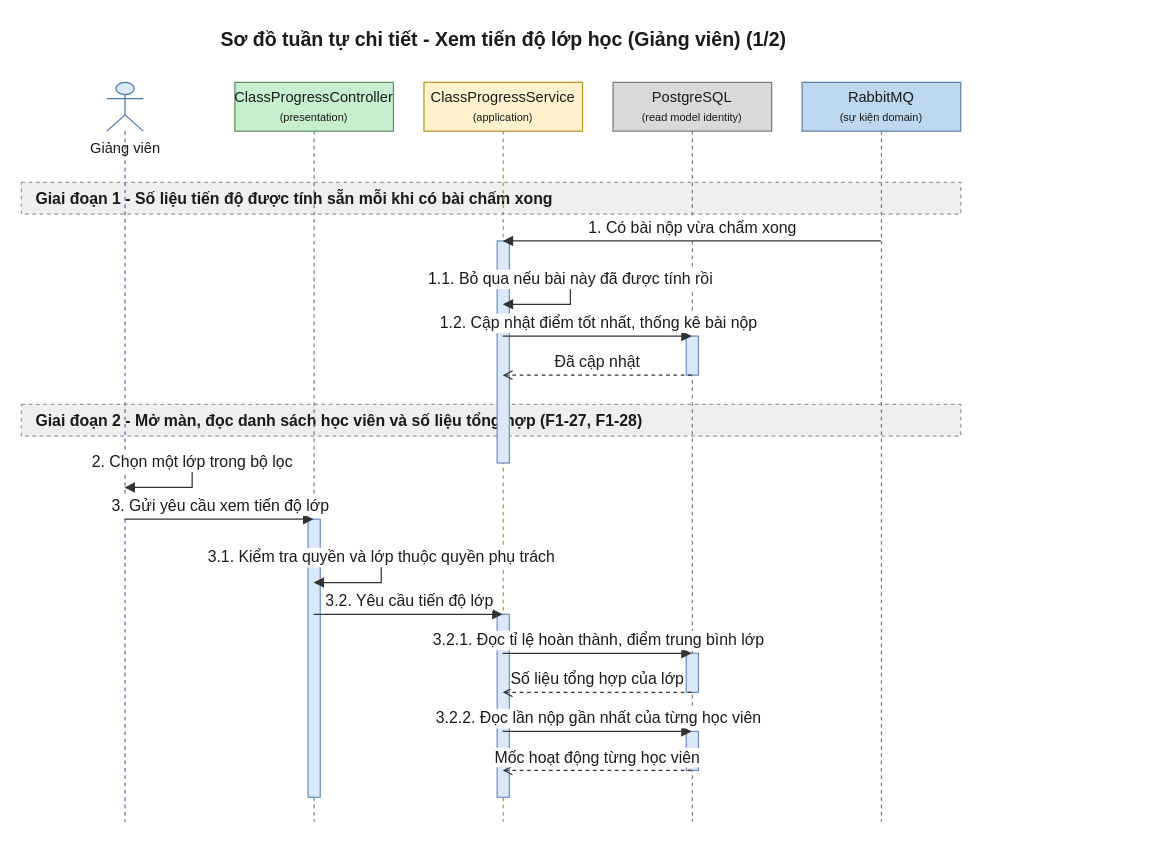
Earlier version of the draw.io diagram 08-diagram/sequence/gv/sequence_gv_xem_tien_do_lop_p1.drawio (daiphu1801/PRJ_ALGOPREP). Source tidied: cells renumbered, new cells numbered last; positions are measured from the earlier drawing's top-left corner, leaving out a move shared by most shapes. Both pictures are drawn from the tidied source at 122%, with x=0, y=0 at pixel (21, 21).
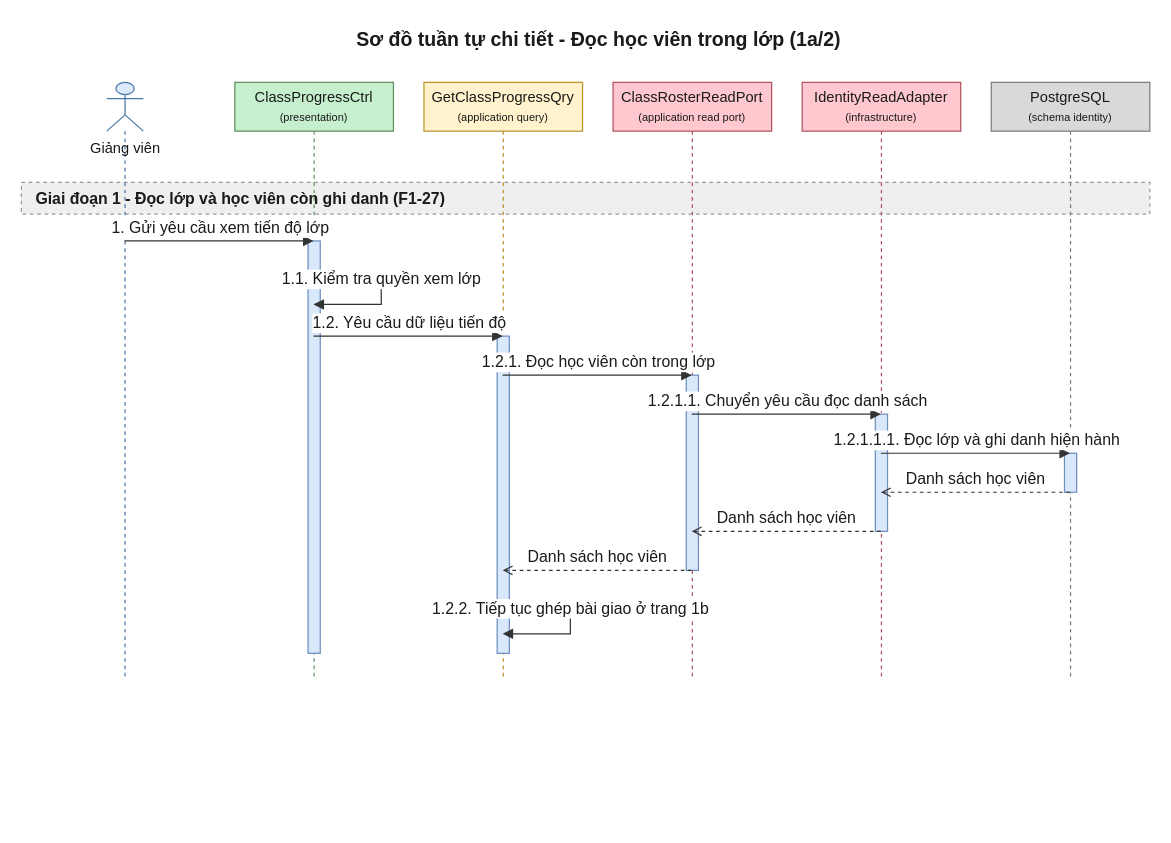
The same diagram, later.

Diff of the diagram source:
```diff
@@
-    <mxCell id="2" value="Sơ đồ tuần tự chi tiết - Xem tiến độ lớp học (Giảng viên) (1/2)" style="text;html=1;fontSize=16;fontStyle=1;align=center;verticalAlign=middle;fontColor=#1A1A1A;" parent="1" vertex="1">
-      <mxGeometry x="20" width="750" height="30" as="geometry" />
+    <mxCell id="2" value="Sơ đồ tuần tự chi tiết - Đọc học viên trong lớp (1a/2)" style="text;html=1;fontSize=16;fontStyle=1;align=center;verticalAlign=middle;fontColor=#1A1A1A;" parent="1" vertex="1">
+      <mxGeometry x="20" width="905" height="30" as="geometry" />
     </mxCell>
-    <mxCell id="3" value="Giai đoạn 1 - Số liệu tiến độ được tính sẵn mỗi khi có bài chấm xong" style="algoprep=phase;rounded=0;whiteSpace=wrap;html=1;fillColor=#EFEFEF;strokeColor=#999999;dashed=1;align=left;verticalAlign=middle;spacingLeft=10;fontColor=#1A1A1A;fontSize=13;fontStyle=1;" parent="1" vertex="1">
-      <mxGeometry y="132" width="770" height="26" as="geometry" />
+    <mxCell id="3" value="Giai đoạn 1 - Đọc lớp và học viên còn ghi danh (F1-27)" style="algoprep=phase;rounded=0;whiteSpace=wrap;html=1;fillColor=#EFEFEF;strokeColor=#999999;dashed=1;align=left;verticalAlign=middle;spacingLeft=10;fontColor=#1A1A1A;fontSize=13;fontStyle=1;" parent="1" vertex="1">
+      <mxGeometry y="132" width="925" height="26" as="geometry" />
     </mxCell>
-    <mxCell id="4" value="Giai đoạn 2 - Mở màn, đọc danh sách học viên và số liệu tổng hợp (F1-27, F1-28)" style="algoprep=phase;rounded=0;whiteSpace=wrap;html=1;fillColor=#EFEFEF;strokeColor=#999999;dashed=1;align=left;verticalAlign=middle;spacingLeft=10;fontColor=#1A1A1A;fontSize=13;fontStyle=1;" parent="1" vertex="1">
-      <mxGeometry y="314" width="770" height="26" as="geometry" />
+    <mxCell id="4" value="Giảng viên" style="shape=umlLifeline;participant=umlActor;perimeter=lifelinePerimeter;html=1;outlineConnect=0;size=40;verticalAlign=top;spacingTop=40;fillColor=#DCEBFC;strokeColor=#4A76A8;fontColor=#1A1A1A;" parent="1" vertex="1">
+      <mxGeometry x="70" y="50" width="30" height="488" as="geometry" />
     </mxCell>
-    <mxCell id="5" value="Giảng viên" style="shape=umlLifeline;participant=umlActor;perimeter=lifelinePerimeter;html=1;outlineConnect=0;size=40;verticalAlign=top;spacingTop=40;fillColor=#DCEBFC;strokeColor=#4A76A8;fontColor=#1A1A1A;" parent="1" vertex="1">
-      <mxGeometry x="70" y="50" width="30" height="606" as="geometry" />
+    <mxCell id="5" value="ClassProgressCtrl&lt;br&gt;&lt;font style=&quot;font-size:9px&quot;&gt;(presentation)&lt;/font&gt;" style="shape=umlLifeline;perimeter=lifelinePerimeter;whiteSpace=wrap;html=1;outlineConnect=0;size=40;fillColor=#C6EFCE;strokeColor=#5E8E5E;fontColor=#1A1A1A;" parent="1" vertex="1">
+      <mxGeometry x="175" y="50" width="130" height="488" as="geometry" />
     </mxCell>
-    <mxCell id="6" value="ClassProgressController&lt;br&gt;&lt;font style=&quot;font-size:9px&quot;&gt;(presentation)&lt;/font&gt;" style="shape=umlLifeline;perimeter=lifelinePerimeter;whiteSpace=wrap;html=1;outlineConnect=0;size=40;fillColor=#C6EFCE;strokeColor=#5E8E5E;fontColor=#1A1A1A;" parent="1" vertex="1">
-      <mxGeometry x="175" y="50" width="130" height="606" as="geometry" />
+    <mxCell id="6" value="GetClassProgressQry&lt;br&gt;&lt;font style=&quot;font-size:9px&quot;&gt;(application query)&lt;/font&gt;" style="shape=umlLifeline;perimeter=lifelinePerimeter;whiteSpace=wrap;html=1;outlineConnect=0;size=40;fillColor=#FFF2CC;strokeColor=#B8952A;fontColor=#1A1A1A;" parent="1" vertex="1">
+      <mxGeometry x="330" y="50" width="130" height="488" as="geometry" />
     </mxCell>
-    <mxCell id="7" value="ClassProgressService&lt;br&gt;&lt;font style=&quot;font-size:9px&quot;&gt;(application)&lt;/font&gt;" style="shape=umlLifeline;perimeter=lifelinePerimeter;whiteSpace=wrap;html=1;outlineConnect=0;size=40;fillColor=#FFF2CC;strokeColor=#B8952A;fontColor=#1A1A1A;" parent="1" vertex="1">
-      <mxGeometry x="330" y="50" width="130" height="606" as="geometry" />
+    <mxCell id="7" value="ClassRosterReadPort&lt;br&gt;&lt;font style=&quot;font-size:9px&quot;&gt;(application read port)&lt;/font&gt;" style="shape=umlLifeline;perimeter=lifelinePerimeter;whiteSpace=wrap;html=1;outlineConnect=0;size=40;fillColor=#FFC7CE;strokeColor=#B0525E;fontColor=#1A1A1A;" parent="1" vertex="1">
+      <mxGeometry x="485" y="50" width="130" height="488" as="geometry" />
     </mxCell>
-    <mxCell id="8" value="PostgreSQL&lt;br&gt;&lt;font style=&quot;font-size:9px&quot;&gt;(read model identity)&lt;/font&gt;" style="shape=umlLifeline;perimeter=lifelinePerimeter;whiteSpace=wrap;html=1;outlineConnect=0;size=40;fillColor=#D9D9D9;strokeColor=#7A7A7A;fontColor=#1A1A1A;" parent="1" vertex="1">
-      <mxGeometry x="485" y="50" width="130" height="606" as="geometry" />
+    <mxCell id="8" value="IdentityReadAdapter&lt;br&gt;&lt;font style=&quot;font-size:9px&quot;&gt;(infrastructure)&lt;/font&gt;" style="shape=umlLifeline;perimeter=lifelinePerimeter;whiteSpace=wrap;html=1;outlineConnect=0;size=40;fillColor=#FFC7CE;strokeColor=#B0525E;fontColor=#1A1A1A;" parent="1" vertex="1">
+      <mxGeometry x="640" y="50" width="130" height="488" as="geometry" />
     </mxCell>
-    <mxCell id="9" value="RabbitMQ&lt;br&gt;&lt;font style=&quot;font-size:9px&quot;&gt;(sự kiện domain)&lt;/font&gt;" style="shape=umlLifeline;perimeter=lifelinePerimeter;whiteSpace=wrap;html=1;outlineConnect=0;size=40;fillColor=#BDD7EE;strokeColor=#5A7FA6;fontColor=#1A1A1A;" parent="1" vertex="1">
-      <mxGeometry x="640" y="50" width="130" height="606" as="geometry" />
+    <mxCell id="9" value="PostgreSQL&lt;br&gt;&lt;font style=&quot;font-size:9px&quot;&gt;(schema identity)&lt;/font&gt;" style="shape=umlLifeline;perimeter=lifelinePerimeter;whiteSpace=wrap;html=1;outlineConnect=0;size=40;fillColor=#D9D9D9;strokeColor=#7A7A7A;fontColor=#1A1A1A;" parent="1" vertex="1">
+      <mxGeometry x="795" y="50" width="130" height="488" as="geometry" />
     </mxCell>
-    <mxCell id="10" style="html=1;perimeter=orthogonalPerimeter;targetShapes=umlLifeline;fillColor=#DAE8FC;strokeColor=#6C8EBF;" parent="8" vertex="1">
-      <mxGeometry x="60" y="208" width="10" height="32" as="geometry" />
+    <mxCell id="10" style="html=1;perimeter=orthogonalPerimeter;targetShapes=umlLifeline;fillColor=#DAE8FC;strokeColor=#6C8EBF;" parent="9" vertex="1">
+      <mxGeometry x="60" y="304" width="10" height="32" as="geometry" />
     </mxCell>
-    <mxCell id="11" style="html=1;perimeter=orthogonalPerimeter;targetShapes=umlLifeline;fillColor=#DAE8FC;strokeColor=#6C8EBF;" parent="7" vertex="1">
-      <mxGeometry x="60" y="130" width="10" height="182" as="geometry" />
+    <mxCell id="11" style="html=1;perimeter=orthogonalPerimeter;targetShapes=umlLifeline;fillColor=#DAE8FC;strokeColor=#6C8EBF;" parent="8" vertex="1">
+      <mxGeometry x="60" y="272" width="10" height="96" as="geometry" />
     </mxCell>
-    <mxCell id="12" style="html=1;perimeter=orthogonalPerimeter;targetShapes=umlLifeline;fillColor=#DAE8FC;strokeColor=#6C8EBF;" parent="8" vertex="1">
-      <mxGeometry x="60" y="468" width="10" height="32" as="geometry" />
+    <mxCell id="12" style="html=1;perimeter=orthogonalPerimeter;targetShapes=umlLifeline;fillColor=#DAE8FC;strokeColor=#6C8EBF;" parent="7" vertex="1">
+      <mxGeometry x="60" y="240" width="10" height="160" as="geometry" />
     </mxCell>
-    <mxCell id="13" style="html=1;perimeter=orthogonalPerimeter;targetShapes=umlLifeline;fillColor=#DAE8FC;strokeColor=#6C8EBF;" parent="8" vertex="1">
-      <mxGeometry x="60" y="532" width="10" height="32" as="geometry" />
+    <mxCell id="13" style="html=1;perimeter=orthogonalPerimeter;targetShapes=umlLifeline;fillColor=#DAE8FC;strokeColor=#6C8EBF;" parent="5" vertex="1">
+      <mxGeometry x="60" y="130" width="10" height="338" as="geometry" />
     </mxCell>
     <mxCell id="14" style="html=1;perimeter=orthogonalPerimeter;targetShapes=umlLifeline;fillColor=#DAE8FC;strokeColor=#6C8EBF;" parent="6" vertex="1">
-      <mxGeometry x="60" y="358" width="10" height="228" as="geometry" />
+      <mxGeometry x="60" y="208" width="10" height="260" as="geometry" />
     </mxCell>
-    <mxCell id="15" style="html=1;perimeter=orthogonalPerimeter;targetShapes=umlLifeline;fillColor=#DAE8FC;strokeColor=#6C8EBF;" parent="7" vertex="1">
-      <mxGeometry x="60" y="436" width="10" height="150" as="geometry" />
-    </mxCell>
+    <mxCell id="28" value="1. Gửi yêu cầu xem tiến độ lớp" style="edgeStyle=none;html=1;endArrow=block;endFill=1;strokeColor=#333333;fontColor=#1A1A1A;fontSize=13;verticalAlign=bottom;exitX=0.5;exitY=0.2664;exitDx=0;exitDy=0;entryX=0.5;entryY=0.2664;entryDx=0;entryDy=0;" parent="1" edge="1" source="4" target="5">
+      <mxGeometry relative="1" as="geometry" />
+    </mxCell>
-    <mxCell id="16" value="1. Có bài nộp vừa chấm xong" style="edgeStyle=none;html=1;endArrow=block;endFill=1;strokeColor=#333333;fontColor=#1A1A1A;fontSize=13;verticalAlign=bottom;exitX=0.5;exitY=0.2145;exitDx=0;exitDy=0;entryX=0.5;entryY=0.2145;entryDx=0;entryDy=0;" parent="1" edge="1" source="9" target="7">
-      <mxGeometry relative="1" as="geometry" />
+    <mxCell id="16" value="1.1. Kiểm tra quyền xem lớp" style="edgeStyle=orthogonalEdgeStyle;rounded=0;html=1;endArrow=block;endFill=1;strokeColor=#333333;fontColor=#1A1A1A;fontSize=13;verticalAlign=bottom;exitX=0.5;exitY=0.3320;exitDx=0;exitDy=0;entryX=0.5;entryY=0.3730;entryDx=0;entryDy=0;" parent="1" edge="1" source="5" target="5">
+      <mxGeometry relative="1" as="geometry">
+        <Array as="points">
+          <mxPoint x="295" y="212" />
+          <mxPoint x="295" y="232" />
+        </Array>
+      </mxGeometry>
     </mxCell>
-    <mxCell id="17" value="1.1. Bỏ qua nếu bài này đã được tính rồi" style="edgeStyle=orthogonalEdgeStyle;rounded=0;html=1;endArrow=block;endFill=1;strokeColor=#333333;fontColor=#1A1A1A;fontSize=13;verticalAlign=bottom;exitX=0.5;exitY=0.2673;exitDx=0;exitDy=0;entryX=0.5;entryY=0.3003;entryDx=0;entryDy=0;" parent="1" edge="1" source="7" target="7">
-      <mxGeometry relative="1" as="geometry">
-        <Array as="points">
-          <mxPoint x="450" y="212" />
-          <mxPoint x="450" y="232" />
-        </Array>
-      </mxGeometry>
+    <mxCell id="17" value="1.2. Yêu cầu dữ liệu tiến độ" style="edgeStyle=none;html=1;endArrow=block;endFill=1;strokeColor=#333333;fontColor=#1A1A1A;fontSize=13;verticalAlign=bottom;exitX=0.5;exitY=0.4262;exitDx=0;exitDy=0;entryX=0.5;entryY=0.4262;entryDx=0;entryDy=0;" parent="1" edge="1" source="5" target="6">
+      <mxGeometry relative="1" as="geometry" />
     </mxCell>
-    <mxCell id="18" value="1.2. Cập nhật điểm tốt nhất, thống kê bài nộp" style="edgeStyle=none;html=1;endArrow=block;endFill=1;strokeColor=#333333;fontColor=#1A1A1A;fontSize=13;verticalAlign=bottom;exitX=0.5;exitY=0.3432;exitDx=0;exitDy=0;entryX=0.5;entryY=0.3432;entryDx=0;entryDy=0;" parent="1" edge="1" source="7" target="8">
+    <mxCell id="18" value="1.2.1. Đọc học viên còn trong lớp" style="edgeStyle=none;html=1;endArrow=block;endFill=1;strokeColor=#333333;fontColor=#1A1A1A;fontSize=13;verticalAlign=bottom;exitX=0.5;exitY=0.4918;exitDx=0;exitDy=0;entryX=0.5;entryY=0.4918;entryDx=0;entryDy=0;" parent="1" edge="1" source="6" target="7">
       <mxGeometry relative="1" as="geometry" />
     </mxCell>
-    <mxCell id="19" value="Đã cập nhật" style="edgeStyle=none;html=1;endArrow=open;endFill=0;dashed=1;strokeColor=#333333;fontColor=#1A1A1A;fontSize=13;verticalAlign=bottom;exitX=0.5;exitY=0.3960;exitDx=0;exitDy=0;entryX=0.5;entryY=0.3960;entryDx=0;entryDy=0;" parent="1" edge="1" source="8" target="7">
+    <mxCell id="19" value="1.2.1.1. Chuyển yêu cầu đọc danh sách" style="edgeStyle=none;html=1;endArrow=block;endFill=1;strokeColor=#333333;fontColor=#1A1A1A;fontSize=13;verticalAlign=bottom;exitX=0.5;exitY=0.5574;exitDx=0;exitDy=0;entryX=0.5;entryY=0.5574;entryDx=0;entryDy=0;" parent="1" edge="1" source="7" target="8">
       <mxGeometry relative="1" as="geometry" />
     </mxCell>
-    <mxCell id="20" value="2. Chọn một lớp trong bộ lọc" style="edgeStyle=orthogonalEdgeStyle;rounded=0;html=1;endArrow=block;endFill=1;strokeColor=#333333;fontColor=#1A1A1A;fontSize=13;verticalAlign=bottom;exitX=0.5;exitY=0.5149;exitDx=0;exitDy=0;entryX=0.5;entryY=0.5479;entryDx=0;entryDy=0;" parent="1" edge="1" source="5" target="5">
-      <mxGeometry relative="1" as="geometry">
-        <Array as="points">
-          <mxPoint x="140" y="362" />
-          <mxPoint x="140" y="382" />
-        </Array>
-      </mxGeometry>
+    <mxCell id="20" value="1.2.1.1.1. Đọc lớp và ghi danh hiện hành" style="edgeStyle=none;html=1;endArrow=block;endFill=1;strokeColor=#333333;fontColor=#1A1A1A;fontSize=13;verticalAlign=bottom;exitX=0.5;exitY=0.6230;exitDx=0;exitDy=0;entryX=0.5;entryY=0.6230;entryDx=0;entryDy=0;" parent="1" edge="1" source="8" target="9">
+      <mxGeometry relative="1" as="geometry" />
     </mxCell>
-    <mxCell id="21" value="3. Gửi yêu cầu xem tiến độ lớp" style="edgeStyle=none;html=1;endArrow=block;endFill=1;strokeColor=#333333;fontColor=#1A1A1A;fontSize=13;verticalAlign=bottom;exitX=0.5;exitY=0.5908;exitDx=0;exitDy=0;entryX=0.5;entryY=0.5908;entryDx=0;entryDy=0;" parent="1" edge="1" source="5" target="6">
+    <mxCell id="21" value="Danh sách học viên" style="edgeStyle=none;html=1;endArrow=open;endFill=0;dashed=1;strokeColor=#333333;fontColor=#1A1A1A;fontSize=13;verticalAlign=bottom;exitX=0.5;exitY=0.6885;exitDx=0;exitDy=0;entryX=0.5;entryY=0.6885;entryDx=0;entryDy=0;" parent="1" edge="1" source="9" target="8">
       <mxGeometry relative="1" as="geometry" />
     </mxCell>
-    <mxCell id="22" value="3.1. Kiểm tra quyền và lớp thuộc quyền phụ trách" style="edgeStyle=orthogonalEdgeStyle;rounded=0;html=1;endArrow=block;endFill=1;strokeColor=#333333;fontColor=#1A1A1A;fontSize=13;verticalAlign=bottom;exitX=0.5;exitY=0.6436;exitDx=0;exitDy=0;entryX=0.5;entryY=0.6766;entryDx=0;entryDy=0;" parent="1" edge="1" source="6" target="6">
-      <mxGeometry relative="1" as="geometry">
-        <Array as="points">
-          <mxPoint x="295" y="440" />
-          <mxPoint x="295" y="460" />
-        </Array>
-      </mxGeometry>
+    <mxCell id="22" value="Danh sách học viên" style="edgeStyle=none;html=1;endArrow=open;endFill=0;dashed=1;strokeColor=#333333;fontColor=#1A1A1A;fontSize=13;verticalAlign=bottom;exitX=0.5;exitY=0.7541;exitDx=0;exitDy=0;entryX=0.5;entryY=0.7541;entryDx=0;entryDy=0;" parent="1" edge="1" source="8" target="7">
+      <mxGeometry relative="1" as="geometry" />
     </mxCell>
-    <mxCell id="23" value="3.2. Yêu cầu tiến độ lớp" style="edgeStyle=none;html=1;endArrow=block;endFill=1;strokeColor=#333333;fontColor=#1A1A1A;fontSize=13;verticalAlign=bottom;exitX=0.5;exitY=0.7195;exitDx=0;exitDy=0;entryX=0.5;entryY=0.7195;entryDx=0;entryDy=0;" parent="1" edge="1" source="6" target="7">
+    <mxCell id="23" value="Danh sách học viên" style="edgeStyle=none;html=1;endArrow=open;endFill=0;dashed=1;strokeColor=#333333;fontColor=#1A1A1A;fontSize=13;verticalAlign=bottom;exitX=0.5;exitY=0.8197;exitDx=0;exitDy=0;entryX=0.5;entryY=0.8197;entryDx=0;entryDy=0;" parent="1" edge="1" source="7" target="6">
       <mxGeometry relative="1" as="geometry" />
     </mxCell>
-    <mxCell id="24" value="3.2.1. Đọc tỉ lệ hoàn thành, điểm trung bình lớp" style="edgeStyle=none;html=1;endArrow=block;endFill=1;strokeColor=#333333;fontColor=#1A1A1A;fontSize=13;verticalAlign=bottom;exitX=0.5;exitY=0.7723;exitDx=0;exitDy=0;entryX=0.5;entryY=0.7723;entryDx=0;entryDy=0;" parent="1" edge="1" source="7" target="8">
-      <mxGeometry relative="1" as="geometry" />
+    <mxCell id="24" value="1.2.2. Tiếp tục ghép bài giao ở trang 1b" style="edgeStyle=orthogonalEdgeStyle;rounded=0;html=1;endArrow=block;endFill=1;strokeColor=#333333;fontColor=#1A1A1A;fontSize=13;verticalAlign=bottom;exitX=0.5;exitY=0.8852;exitDx=0;exitDy=0;entryX=0.5;entryY=0.9262;entryDx=0;entryDy=0;" parent="1" edge="1" source="6" target="6">
+      <mxGeometry relative="1" as="geometry">
+        <Array as="points">
+          <mxPoint x="450" y="482" />
+          <mxPoint x="450" y="502" />
+        </Array>
+      </mxGeometry>
     </mxCell>
-    <mxCell id="25" value="Số liệu tổng hợp của lớp" style="edgeStyle=none;html=1;endArrow=open;endFill=0;dashed=1;strokeColor=#333333;fontColor=#1A1A1A;fontSize=13;verticalAlign=bottom;exitX=0.5;exitY=0.8251;exitDx=0;exitDy=0;entryX=0.5;entryY=0.8251;entryDx=0;entryDy=0;" parent="1" edge="1" source="8" target="7">
-      <mxGeometry relative="1" as="geometry" />
-    </mxCell>
-    <mxCell id="26" value="3.2.2. Đọc lần nộp gần nhất của từng học viên" style="edgeStyle=none;html=1;endArrow=block;endFill=1;strokeColor=#333333;fontColor=#1A1A1A;fontSize=13;verticalAlign=bottom;exitX=0.5;exitY=0.8779;exitDx=0;exitDy=0;entryX=0.5;entryY=0.8779;entryDx=0;entryDy=0;" parent="1" edge="1" source="7" target="8">
-      <mxGeometry relative="1" as="geometry" />
-    </mxCell>
-    <mxCell id="27" value="Mốc hoạt động từng học viên" style="edgeStyle=none;html=1;endArrow=open;endFill=0;dashed=1;strokeColor=#333333;fontColor=#1A1A1A;fontSize=13;verticalAlign=bottom;exitX=0.5;exitY=0.9307;exitDx=0;exitDy=0;entryX=0.5;entryY=0.9307;entryDx=0;entryDy=0;" parent="1" edge="1" source="8" target="7">
-      <mxGeometry relative="1" as="geometry" />
-    </mxCell>
```
